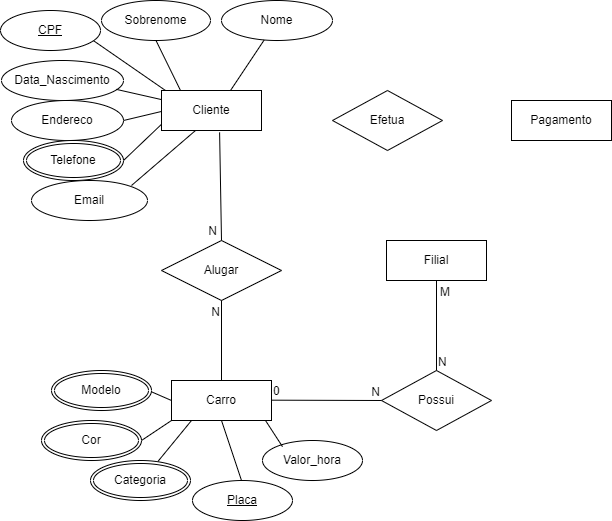
The draw.io diagram Mapa_BD1.drawio.png in Kelly-Prone/diagramas, before a commit. Source tidied: cells renumbered, new cells last; positions are measured from the earlier drawing's top-left corner, leaving out a move shared by most shapes.
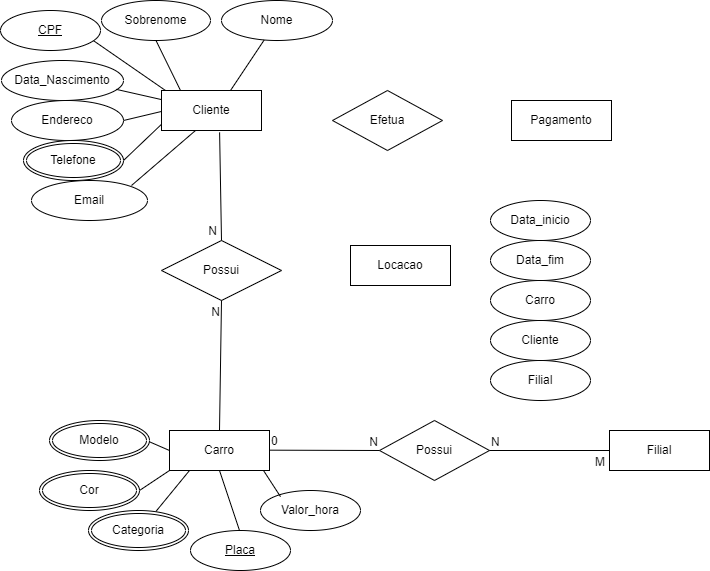
Above is the later version.

What changed in the source:
```diff
@@ -60,7 +60,7 @@
       <mxGeometry x="161" y="90" width="100" height="40" as="geometry" />
     </mxCell>
     <mxCell id="15" value="Carro" style="whiteSpace=wrap;html=1;align=center;" parent="1" vertex="1">
-      <mxGeometry x="171" y="380" width="100" height="40" as="geometry" />
+      <mxGeometry x="169" y="430" width="100" height="40" as="geometry" />
     </mxCell>
     <mxCell id="16" value="Telefone" style="ellipse;shape=doubleEllipse;margin=3;whiteSpace=wrap;html=1;align=center;" parent="1" vertex="1">
       <mxGeometry x="23" y="140" width="100" height="40" as="geometry" />
@@ -68,40 +68,40 @@
     <mxCell id="17" value="CPF" style="ellipse;whiteSpace=wrap;html=1;align=center;fontStyle=4;" parent="1" vertex="1">
       <mxGeometry y="10" width="100" height="40" as="geometry" />
     </mxCell>
-    <mxCell id="18" value="Alugar" style="shape=rhombus;perimeter=rhombusPerimeter;whiteSpace=wrap;html=1;align=center;" parent="1" vertex="1">
+    <mxCell id="18" value="Possui" style="shape=rhombus;perimeter=rhombusPerimeter;whiteSpace=wrap;html=1;align=center;" parent="1" vertex="1">
       <mxGeometry x="161" y="240" width="120" height="60" as="geometry" />
     </mxCell>
     <mxCell id="19" value="Valor_hora" style="ellipse;whiteSpace=wrap;html=1;align=center;" parent="1" vertex="1">
-      <mxGeometry x="262" y="440" width="100" height="40" as="geometry" />
+      <mxGeometry x="260" y="490" width="100" height="40" as="geometry" />
     </mxCell>
     <mxCell id="20" value="Placa" style="ellipse;whiteSpace=wrap;html=1;align=center;fontStyle=4;" parent="1" vertex="1">
-      <mxGeometry x="192" y="480" width="100" height="40" as="geometry" />
+      <mxGeometry x="190" y="530" width="100" height="40" as="geometry" />
     </mxCell>
     <mxCell id="21" style="endArrow=none;html=1;rounded=0;entryX=0.5;entryY=1;entryDx=0;entryDy=0;" parent="1" edge="1" target="15">
       <mxGeometry relative="1" as="geometry">
-        <mxPoint x="241" y="480" as="sourcePoint" />
+        <mxPoint x="239" y="530" as="sourcePoint" />
       </mxGeometry>
     </mxCell>
     <mxCell id="22" style="endArrow=none;html=1;rounded=0;entryX=0.5;entryY=1;entryDx=0;entryDy=0;exitX=0.2;exitY=0.154;exitDx=0;exitDy=0;exitPerimeter=0;" parent="1" edge="1" source="19">
       <mxGeometry relative="1" as="geometry">
-        <mxPoint x="265" y="420" as="targetPoint" />
+        <mxPoint x="263" y="470" as="targetPoint" />
       </mxGeometry>
     </mxCell>
     <mxCell id="23" style="endArrow=none;html=1;rounded=0;entryX=0.5;entryY=1;entryDx=0;entryDy=0;" parent="1" edge="1">
       <mxGeometry relative="1" as="geometry">
-        <mxPoint x="157.4" y="461" as="sourcePoint" />
-        <mxPoint x="191" y="420" as="targetPoint" />
+        <mxPoint x="155.4" y="511" as="sourcePoint" />
+        <mxPoint x="189" y="470" as="targetPoint" />
       </mxGeometry>
     </mxCell>
     <mxCell id="24" style="endArrow=none;html=1;rounded=0;entryX=1;entryY=0.5;entryDx=0;entryDy=0;" parent="1" edge="1">
       <mxGeometry relative="1" as="geometry">
-        <mxPoint x="171" y="400" as="sourcePoint" />
-        <mxPoint x="148" y="390" as="targetPoint" />
+        <mxPoint x="169" y="450" as="sourcePoint" />
+        <mxPoint x="146" y="440" as="targetPoint" />
       </mxGeometry>
     </mxCell>
     <mxCell id="25" style="endArrow=none;html=1;rounded=0;entryX=0;entryY=1;entryDx=0;entryDy=0;" parent="1" edge="1" target="15">
       <mxGeometry relative="1" as="geometry">
-        <mxPoint x="141" y="440" as="sourcePoint" />
+        <mxPoint x="139" y="490" as="sourcePoint" />
       </mxGeometry>
     </mxCell>
     <mxCell id="26" style="endArrow=none;html=1;rounded=0;entryX=0.5;entryY=0;entryDx=0;entryDy=0;exitX=0.581;exitY=1.046;exitDx=0;exitDy=0;exitPerimeter=0;" parent="1" edge="1" source="14" target="18">
@@ -121,23 +121,23 @@
       </mxGeometry>
     </mxCell>
     <mxCell id="30" value="Modelo" style="ellipse;shape=doubleEllipse;margin=3;whiteSpace=wrap;html=1;align=center;" parent="1" vertex="1">
-      <mxGeometry x="51" y="370" width="100" height="40" as="geometry" />
+      <mxGeometry x="49" y="420" width="100" height="40" as="geometry" />
     </mxCell>
     <mxCell id="31" value="Cor" style="ellipse;shape=doubleEllipse;margin=3;whiteSpace=wrap;html=1;align=center;" parent="1" vertex="1">
-      <mxGeometry x="41" y="420" width="100" height="40" as="geometry" />
+      <mxGeometry x="39" y="470" width="100" height="40" as="geometry" />
     </mxCell>
     <mxCell id="32" value="Categoria" style="ellipse;shape=doubleEllipse;margin=3;whiteSpace=wrap;html=1;align=center;" parent="1" vertex="1">
-      <mxGeometry x="90" y="460" width="100" height="40" as="geometry" />
+      <mxGeometry x="88" y="510" width="100" height="40" as="geometry" />
     </mxCell>
     <mxCell id="33" value="Filial" style="whiteSpace=wrap;html=1;align=center;" parent="1" vertex="1">
-      <mxGeometry x="386" y="240" width="100" height="40" as="geometry" />
+      <mxGeometry x="609" y="430" width="100" height="40" as="geometry" />
     </mxCell>
     <mxCell id="34" value="Possui" style="shape=rhombus;perimeter=rhombusPerimeter;whiteSpace=wrap;html=1;align=center;" parent="1" vertex="1">
-      <mxGeometry x="381" y="370" width="110" height="60" as="geometry" />
+      <mxGeometry x="379" y="420" width="110" height="60" as="geometry" />
     </mxCell>
     <mxCell id="35" style="endArrow=none;html=1;rounded=0;entryX=0;entryY=0.5;entryDx=0;entryDy=0;" parent="1" edge="1" target="34">
       <mxGeometry relative="1" as="geometry">
-        <mxPoint x="271" y="399.7" as="sourcePoint" />
+        <mxPoint x="269" y="449.7" as="sourcePoint" />
       </mxGeometry>
     </mxCell>
     <mxCell id="36" value="0" style="html=1;whiteSpace=wrap;align=left;verticalAlign=bottom;" parent="35" vertex="1">
@@ -146,7 +146,7 @@
     <mxCell id="37" value="N" style="html=1;whiteSpace=wrap;align=right;verticalAlign=bottom;" parent="35" vertex="1">
       <mxGeometry x="1" relative="1" as="geometry" />
     </mxCell>
-    <mxCell id="38" style="endArrow=none;html=1;rounded=0;entryX=0.5;entryY=1;entryDx=0;entryDy=0;exitX=0.5;exitY=0;exitDx=0;exitDy=0;" parent="1" edge="1" source="34" target="33">
+    <mxCell id="38" style="endArrow=none;html=1;rounded=0;entryX=0;entryY=0.5;entryDx=0;entryDy=0;exitX=1;exitY=0.5;exitDx=0;exitDy=0;" parent="1" edge="1" source="34" target="33">
       <mxGeometry relative="1" as="geometry" />
     </mxCell>
     <mxCell id="39" value="N" style="html=1;whiteSpace=wrap;align=left;verticalAlign=bottom;" parent="38" vertex="1">
@@ -154,7 +154,7 @@
     </mxCell>
     <mxCell id="40" value="M" style="html=1;whiteSpace=wrap;align=right;verticalAlign=bottom;" parent="38" vertex="1">
       <mxGeometry x="1" relative="1" as="geometry">
-        <mxPoint x="15" y="20" as="offset" />
+        <mxPoint x="-3" y="20" as="offset" />
       </mxGeometry>
     </mxCell>
     <mxCell id="41" value="Efetua" style="shape=rhombus;perimeter=rhombusPerimeter;whiteSpace=wrap;html=1;align=center;" parent="1" vertex="1">
@@ -163,5 +163,23 @@
     <mxCell id="42" value="Pagamento" style="whiteSpace=wrap;html=1;align=center;" parent="1" vertex="1">
       <mxGeometry x="511" y="100" width="100" height="40" as="geometry" />
     </mxCell>
+    <mxCell id="43" value="Locacao" style="whiteSpace=wrap;html=1;align=center;" parent="1" vertex="1">
+      <mxGeometry x="350" y="245" width="100" height="40" as="geometry" />
+    </mxCell>
+    <mxCell id="44" value="Data_inicio" style="ellipse;whiteSpace=wrap;html=1;align=center;" parent="1" vertex="1">
+      <mxGeometry x="490" y="200" width="100" height="40" as="geometry" />
+    </mxCell>
+    <mxCell id="45" value="Data_fim" style="ellipse;whiteSpace=wrap;html=1;align=center;" parent="1" vertex="1">
+      <mxGeometry x="490" y="240" width="100" height="40" as="geometry" />
+    </mxCell>
+    <mxCell id="46" value="Carro" style="ellipse;whiteSpace=wrap;html=1;align=center;" parent="1" vertex="1">
+      <mxGeometry x="490" y="280" width="100" height="40" as="geometry" />
+    </mxCell>
+    <mxCell id="47" value="Cliente" style="ellipse;whiteSpace=wrap;html=1;align=center;" parent="1" vertex="1">
+      <mxGeometry x="490" y="320" width="100" height="40" as="geometry" />
+    </mxCell>
+    <mxCell id="48" value="Filial" style="ellipse;whiteSpace=wrap;html=1;align=center;" parent="1" vertex="1">
+      <mxGeometry x="490" y="360" width="100" height="40" as="geometry" />
+    </mxCell>
   </root>
 </mxGraphModel>
```
